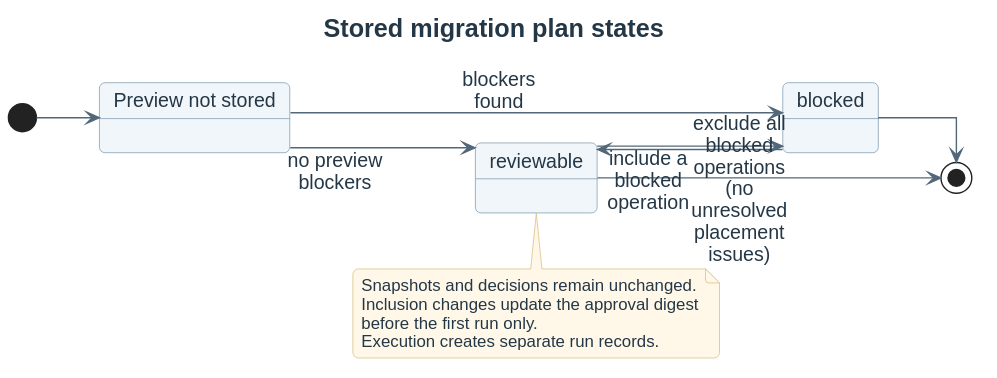
This is docs/diagrams/behavior/states/migration-plan.svg from didactika/moodle-local_coursefiles, a PlantUML export, as it was before one commit.
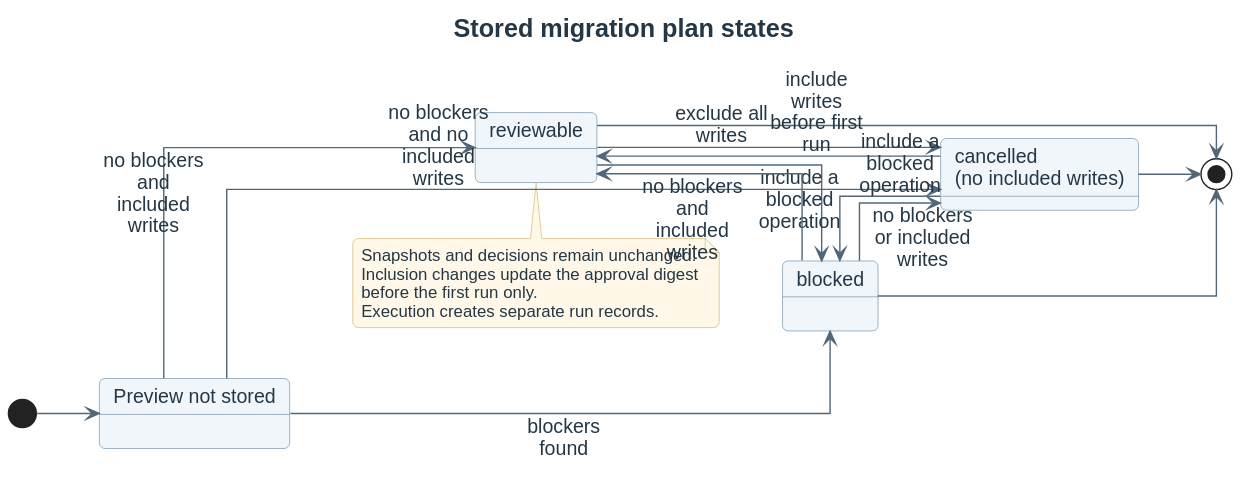
After the change.

Diff of the diagram source:
```diff
@@ -5,13 +5,20 @@
 state "Preview not stored" as Preview
 state "reviewable" as Reviewable
 state "blocked" as Blocked
+state "cancelled\n(no included writes)" as Cancelled
 [*] --> Preview
-Preview --> Reviewable : no preview blockers
+Preview --> Reviewable : no blockers and included writes
+Preview --> Cancelled : no blockers and no included writes
 Preview --> Blocked : blockers found
 Reviewable --> [*]
 Blocked --> [*]
+Cancelled --> [*]
 Reviewable --> Blocked : include a blocked operation
-Blocked --> Reviewable : exclude all blocked operations\n(no unresolved placement issues)
+Blocked --> Reviewable : no blockers and included writes
+Reviewable --> Cancelled : exclude all writes
+Blocked --> Cancelled : no blockers or included writes
+Cancelled --> Reviewable : include writes before first run
+Cancelled --> Blocked : include a blocked operation
 note bottom of Reviewable
 Snapshots and decisions remain unchanged.
 Inclusion changes update the approval digest
```
